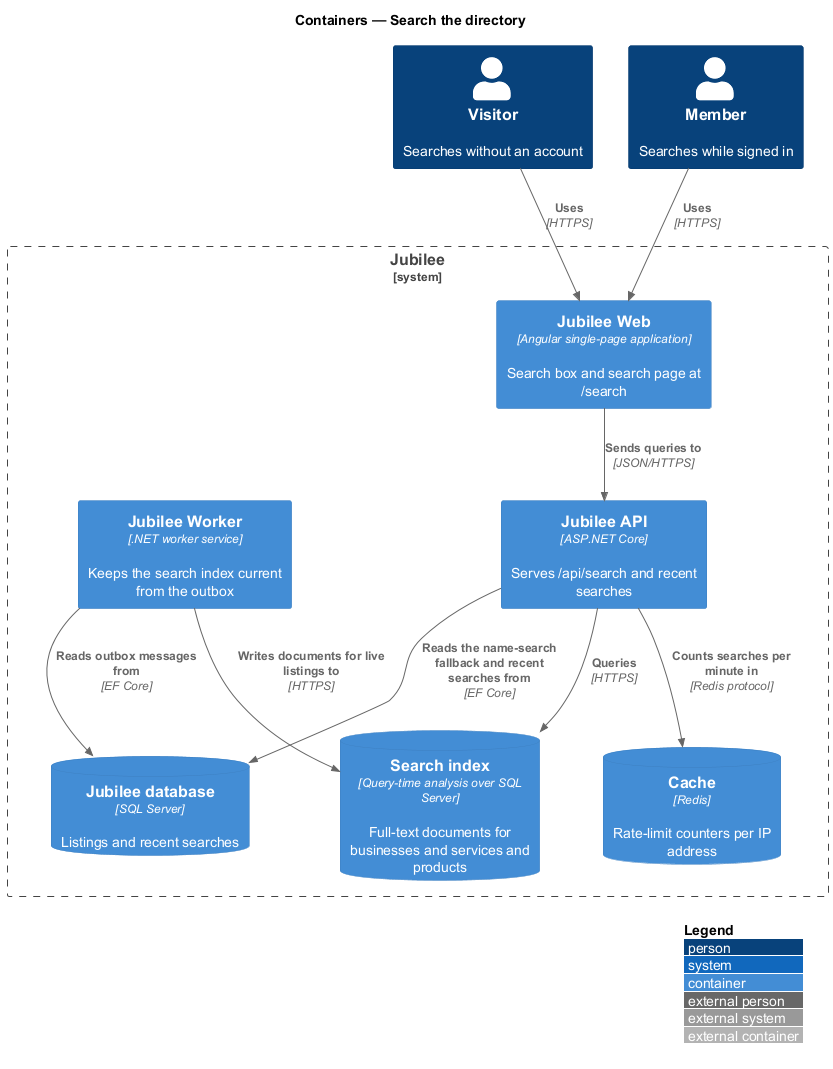
QuinntyneBrown/jubilee keeps this PlantUML diagram as docs/detailed-designs/directory/search-directory/diagrams/c4-container.png. Above is the earlier version.
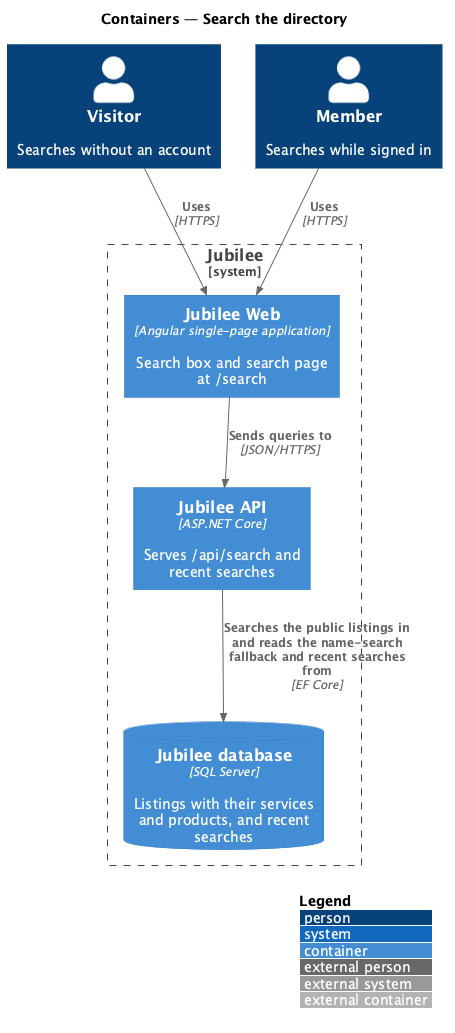
Later version of the same file.

What changed in the source:
```diff
@@ -8,17 +8,10 @@
 System_Boundary(jubilee, "Jubilee") {
   Container(web, "Jubilee Web", "Angular single-page application", "Search box and search page at /search")
   Container(api, "Jubilee API", "ASP.NET Core", "Serves /api/search and recent searches")
-  Container(worker, "Jubilee Worker", ".NET worker service", "Keeps the search index current from the outbox")
-  ContainerDb(index, "Search index", "Query-time analysis over SQL Server", "Full-text documents for businesses and services and products")
-  ContainerDb(cache, "Cache", "Redis", "Rate-limit counters per IP address")
-  ContainerDb(db, "Jubilee database", "SQL Server", "Listings and recent searches")
+  ContainerDb(db, "Jubilee database", "SQL Server", "Listings with their services and products, and recent searches")
 }
 Rel(visitor, web, "Uses", "HTTPS")
 Rel(member, web, "Uses", "HTTPS")
 Rel(web, api, "Sends queries to", "JSON/HTTPS")
-Rel(api, index, "Queries", "HTTPS")
-Rel(api, cache, "Counts searches per minute in", "Redis protocol")
-Rel(api, db, "Reads the name-search fallback and recent searches from", "EF Core")
-Rel(worker, db, "Reads outbox messages from", "EF Core")
-Rel(worker, index, "Writes documents for live listings to", "HTTPS")
+Rel(api, db, "Searches the public listings in and reads the name-search fallback and recent searches from", "EF Core")
 @enduml
```
